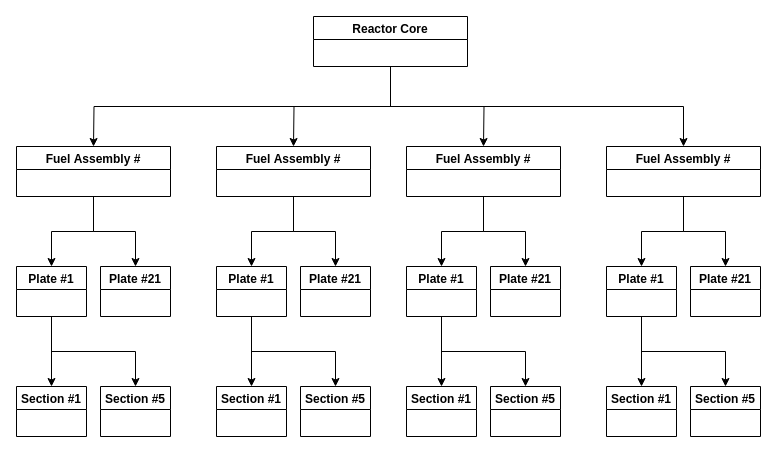
Before: Template_Editor/diagrams/FuelAssembly.drawio in dbeauch/MUSE, a draw.io diagram. Source tidied: cells renumbered, new cells numbered last; positions are measured from the earlier drawing's top-left corner, leaving out a move shared by most shapes. Both pictures are drawn from the tidied source at 100%, with x=0, y=0 at pixel (16, 16).
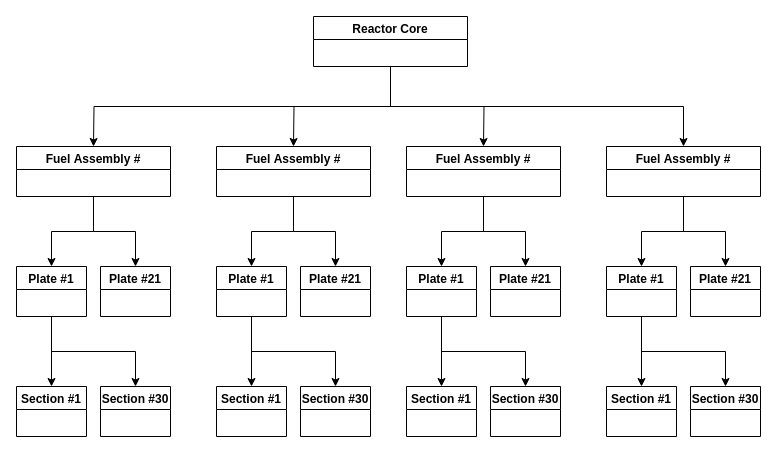
The same page after the edit.

Diff of the diagram source:
```diff
@@
-    <mxCell id="15" value="Section #5" style="swimlane;" parent="1" vertex="1">
+    <mxCell id="15" value="Section #30" style="swimlane;" parent="1" vertex="1">
       <mxGeometry x="674" y="370" width="70" height="50" as="geometry" />
     </mxCell>
@@
-    <mxCell id="24" value="Section #5" style="swimlane;" parent="1" vertex="1">
+    <mxCell id="24" value="Section #30" style="swimlane;" parent="1" vertex="1">
       <mxGeometry x="474" y="370" width="70" height="50" as="geometry" />
     </mxCell>
@@
-    <mxCell id="33" value="Section #5" style="swimlane;" parent="1" vertex="1">
+    <mxCell id="33" value="Section #30" style="swimlane;" parent="1" vertex="1">
       <mxGeometry x="284" y="370" width="70" height="50" as="geometry" />
     </mxCell>
@@
-    <mxCell id="42" value="Section #5" style="swimlane;" parent="1" vertex="1">
+    <mxCell id="42" value="Section #30" style="swimlane;" parent="1" vertex="1">
       <mxGeometry x="84" y="370" width="70" height="50" as="geometry" />
     </mxCell>
```
